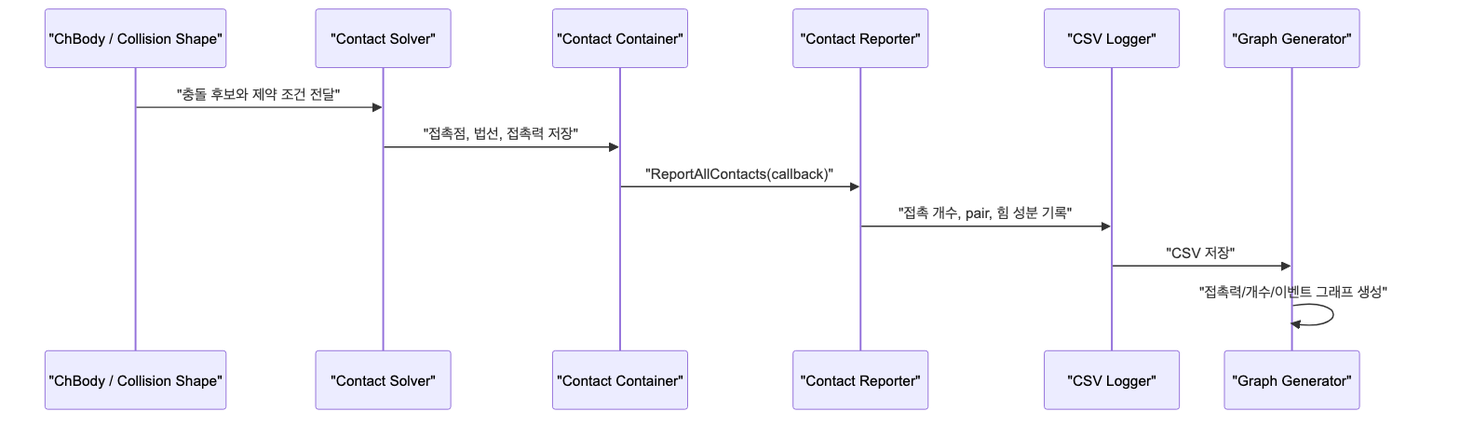
Earlier version of the Mermaid export 3-layer_report/2.2 Component/images/mermaid_rendered/2_2_mermaid_05.png (Poesy-Lab/Project_Chrono_Practice). Its source is kept beside it as 3-layer_report/2.2 Component/images/mermaid_rendered/2_2_mermaid_05.mmd. Its diagram source:
```mermaid
sequenceDiagram
    participant Body as "ChBody / Collision Shape"
    participant Solver as "Contact Solver"
    participant Container as "Contact Container"
    participant Reporter as "Contact Reporter"
    participant Logger as "CSV Logger"
    participant Graph as "Graph Generator"
    Body->>Solver: "충돌 후보와 제약 조건 전달"
    Solver->>Container: "접촉점, 법선, 접촉력 저장"
    Container->>Reporter: "ReportAllContacts(callback)"
    Reporter->>Logger: "접촉 개수, pair, 힘 성분 기록"
    Logger->>Graph: "CSV 저장"
    Graph->>Graph: "접촉력/개수/이벤트 그래프 생성"
```
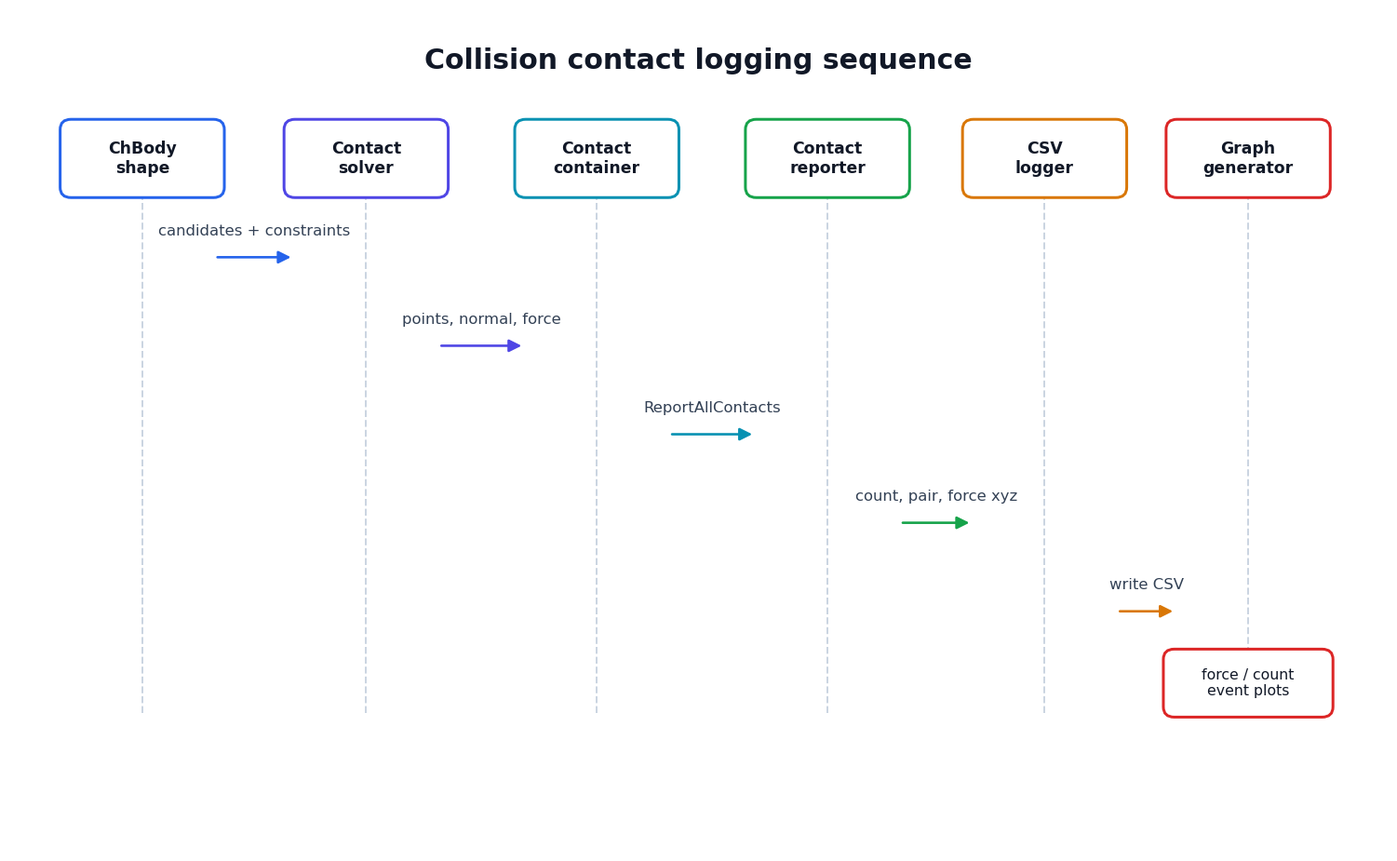
The same diagram one commit later.

Diff of the diagram source:
```diff
@@ -1,13 +1,13 @@
 sequenceDiagram
-    participant Body as "ChBody / Collision Shape"
-    participant Solver as "Contact Solver"
-    participant Container as "Contact Container"
-    participant Reporter as "Contact Reporter"
-    participant Logger as "CSV Logger"
-    participant Graph as "Graph Generator"
-    Body->>Solver: "충돌 후보와 제약 조건 전달"
-    Solver->>Container: "접촉점, 법선, 접촉력 저장"
-    Container->>Reporter: "ReportAllContacts(callback)"
-    Reporter->>Logger: "접촉 개수, pair, 힘 성분 기록"
-    Logger->>Graph: "CSV 저장"
-    Graph->>Graph: "접촉력/개수/이벤트 그래프 생성"
+    participant Body as ChBody shape
+    participant Solver as Contact solver
+    participant Container as Contact container
+    participant Reporter as Contact reporter
+    participant Logger as CSV logger
+    participant Graph as Graph generator
+    Body->>Solver: candidates + constraints
+    Solver->>Container: points, normal, force
+    Container->>Reporter: ReportAllContacts(callback)
+    Reporter->>Logger: count, pair, force xyz
+    Logger->>Graph: write CSV
+    Graph->>Graph: force/count/event plots
```
